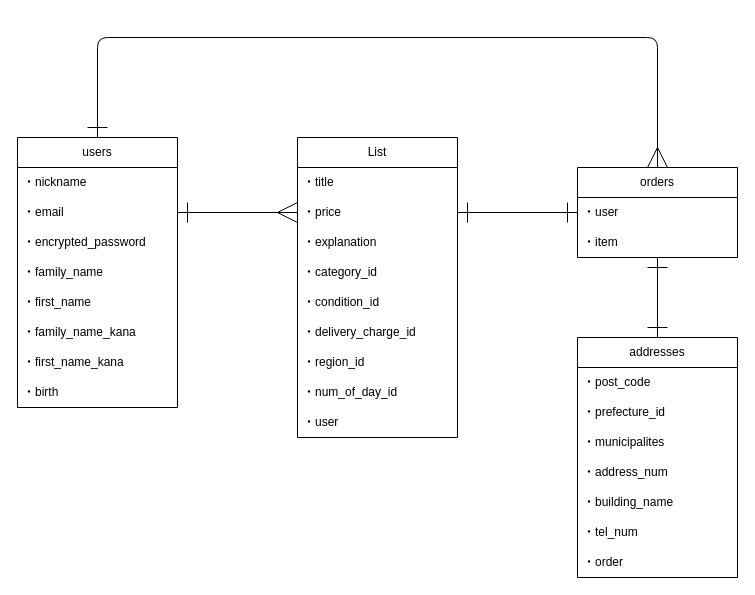
Above: .dio in Ayato74/furima-38990 (draw.io), before the change. Source tidied: cells renumbered, new cells numbered last; positions are measured from the earlier drawing's top-left corner, leaving out a move shared by most shapes. Both pictures are drawn from the tidied source at 100%, with x=0, y=0 at pixel (17, 37).
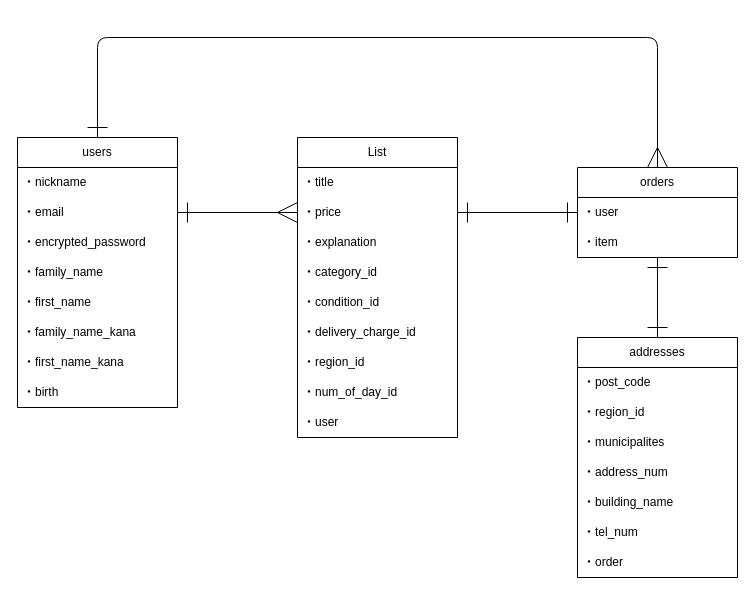
The same diagram, later.

Commit message (it also covers changes not shown here):
データベースの設計の修正３

Unchanged cells that the change refers to:
```xml
<mxCell id="6" value="addresses" style="swimlane;fontStyle=0;horizontal=1;startSize=30;whiteSpace=wrap;html=1;" parent="1" vertex="1">
  <mxGeometry x="560" y="300" width="160" height="240" as="geometry" />
</mxCell>
```

Diff of the diagram source:
```diff
@@
-    <mxCell id="8" value="・prefecture_id" style="text;strokeColor=none;fillColor=none;align=left;verticalAlign=middle;spacingLeft=4;spacingRight=4;overflow=hidden;whiteSpace=wrap;html=1;" parent="6" vertex="1">
+    <mxCell id="8" value="・region_id" style="text;strokeColor=none;fillColor=none;align=left;verticalAlign=middle;spacingLeft=4;spacingRight=4;overflow=hidden;whiteSpace=wrap;html=1;" parent="6" vertex="1">
       <mxGeometry y="60" width="160" height="30" as="geometry" />
     </mxCell>
```
